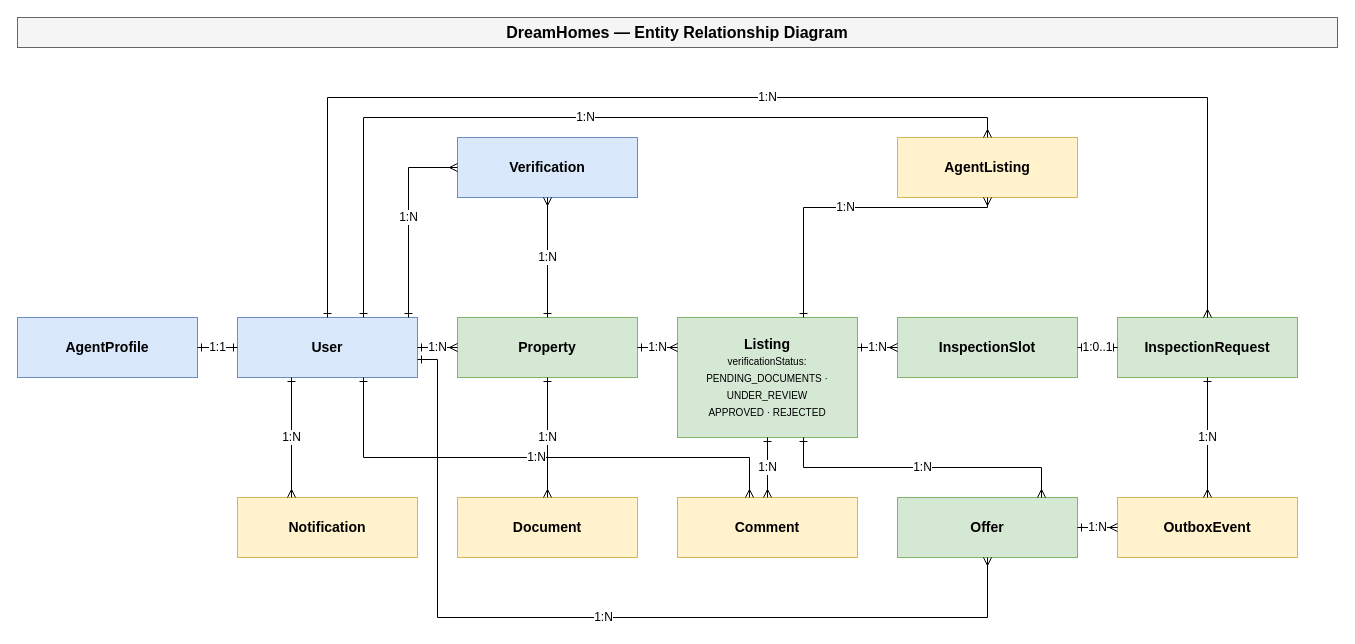
DreamHom/haven keeps this draw.io diagram as docs/diagrams-simple/02-erd.drawio. Above is the earlier version. Source tidied: cells renumbered, new cells numbered last; positions are measured from the earlier drawing's top-left corner, leaving out a move shared by most shapes. Both pictures are drawn from the tidied source at 100%, with x=0, y=0 at pixel (17, 17).
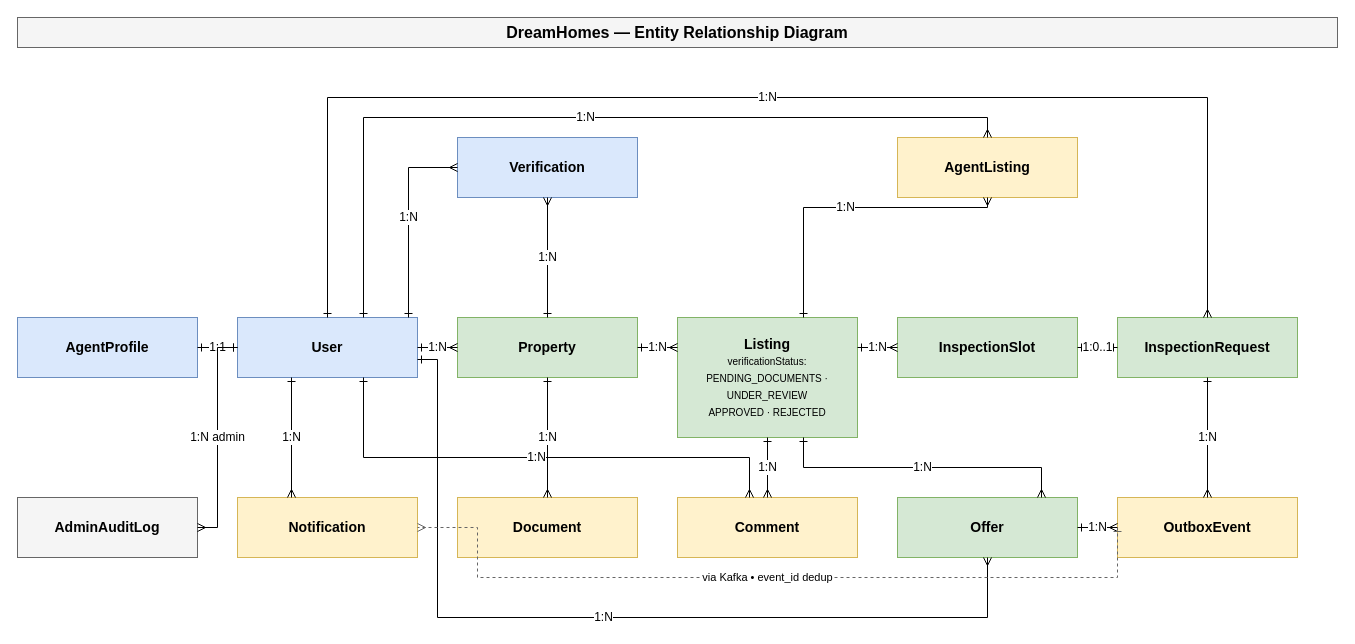
After the change.

Unchanged cells that the change refers to:
```xml
<mxCell id="6" value="User" style="rounded=0;whiteSpace=wrap;html=1;fillColor=#dae8fc;strokeColor=#6c8ebf;fontFamily=Helvetica;fontSize=14;fontStyle=1;" parent="1" vertex="1">
  <mxGeometry x="220" y="300" width="180" height="60" as="geometry" />
</mxCell>
<mxCell id="11" value="Notification" style="rounded=0;whiteSpace=wrap;html=1;fillColor=#fff2cc;strokeColor=#d6b656;fontFamily=Helvetica;fontSize=14;fontStyle=1;" parent="1" vertex="1">
  <mxGeometry x="220" y="480" width="180" height="60" as="geometry" />
</mxCell>
<mxCell id="15" value="OutboxEvent" style="rounded=0;whiteSpace=wrap;html=1;fillColor=#fff2cc;strokeColor=#d6b656;fontFamily=Helvetica;fontSize=14;fontStyle=1;" parent="1" vertex="1">
  <mxGeometry x="1100" y="480" width="180" height="60" as="geometry" />
</mxCell>
```

The edit, as a diff of the source:
```diff
@@
+    <mxCell id="34" value="AdminAuditLog" style="rounded=0;whiteSpace=wrap;html=1;fillColor=#f5f5f5;strokeColor=#666666;fontFamily=Helvetica;fontSize=14;fontStyle=1;" parent="1" vertex="1">
+      <mxGeometry y="480" width="180" height="60" as="geometry" />
+    </mxCell>
@@
+    <mxCell id="35" value="1:N admin" style="edgeStyle=orthogonalEdgeStyle;rounded=0;html=1;exitX=0;exitY=0.5;exitDx=0;exitDy=0;entryX=1;entryY=0.5;entryDx=0;entryDy=0;startArrow=ERone;endArrow=ERmany;strokeColor=#000000;fontFamily=Helvetica;fontSize=12;" parent="1" edge="1" source="6" target="34">
+      <mxGeometry relative="1" as="geometry">
+        <Array as="points">
+          <mxPoint x="200" y="330" />
+          <mxPoint x="200" y="510" />
+        </Array>
+      </mxGeometry>
+    </mxCell>
+    <mxCell id="36" value="via Kafka • event_id dedup" style="edgeStyle=orthogonalEdgeStyle;rounded=0;html=1;dashed=1;exitX=0;exitY=0.5;exitDx=0;exitDy=0;entryX=1;entryY=0.5;entryDx=0;entryDy=0;startArrow=ERone;endArrow=ERmany;strokeColor=#666666;fontFamily=Helvetica;fontSize=11;" parent="1" edge="1" source="15" target="11">
+      <mxGeometry relative="1" as="geometry">
+        <Array as="points">
+          <mxPoint x="460" y="560" />
+        </Array>
+      </mxGeometry>
+    </mxCell>
```
